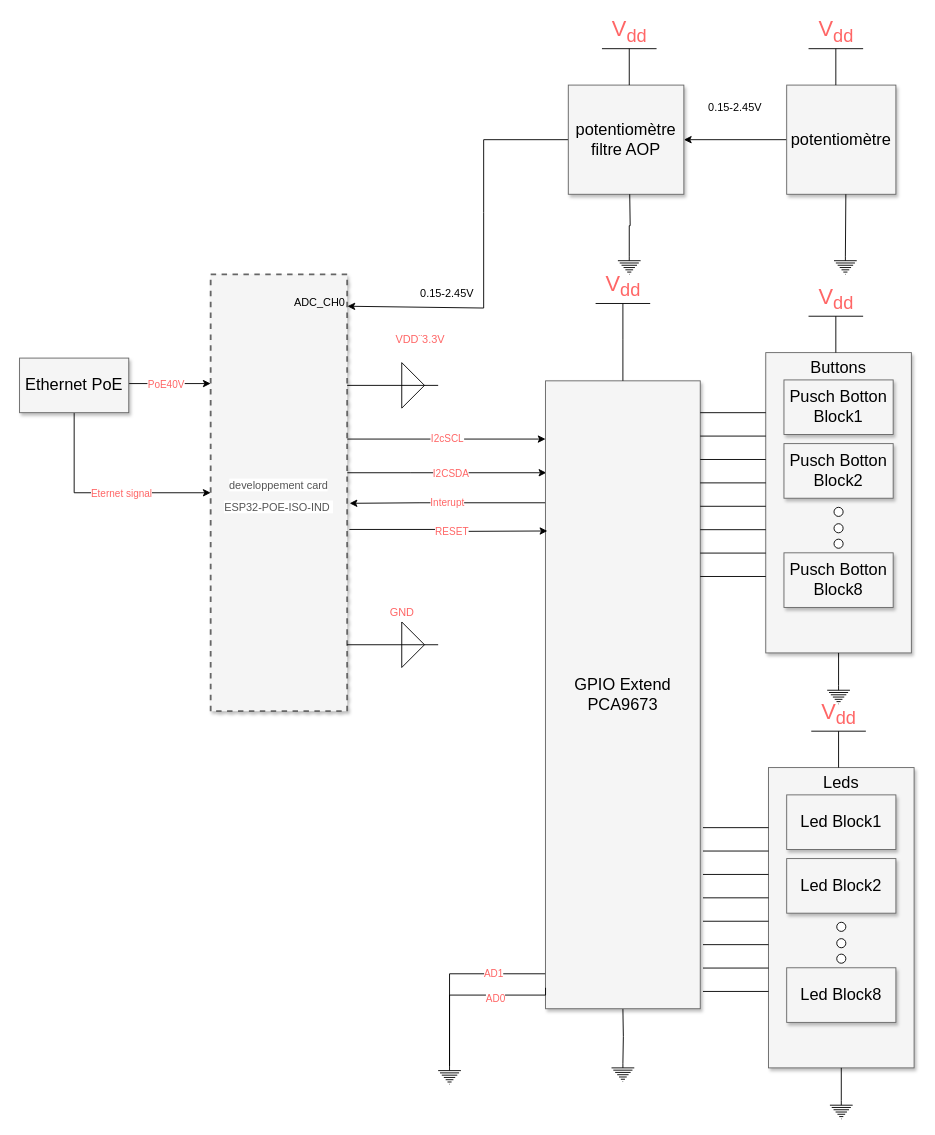
Above: Untitled Diagram.drawio in HELP-TEC/MQTT_Keypad (draw.io), before the change. Source tidied: cells renumbered, new cells numbered last; positions are measured from the earlier drawing's top-left corner, leaving out a move shared by most shapes. Both pictures are drawn from the tidied source at 91%, with x=0, y=0 at pixel (19, 48).
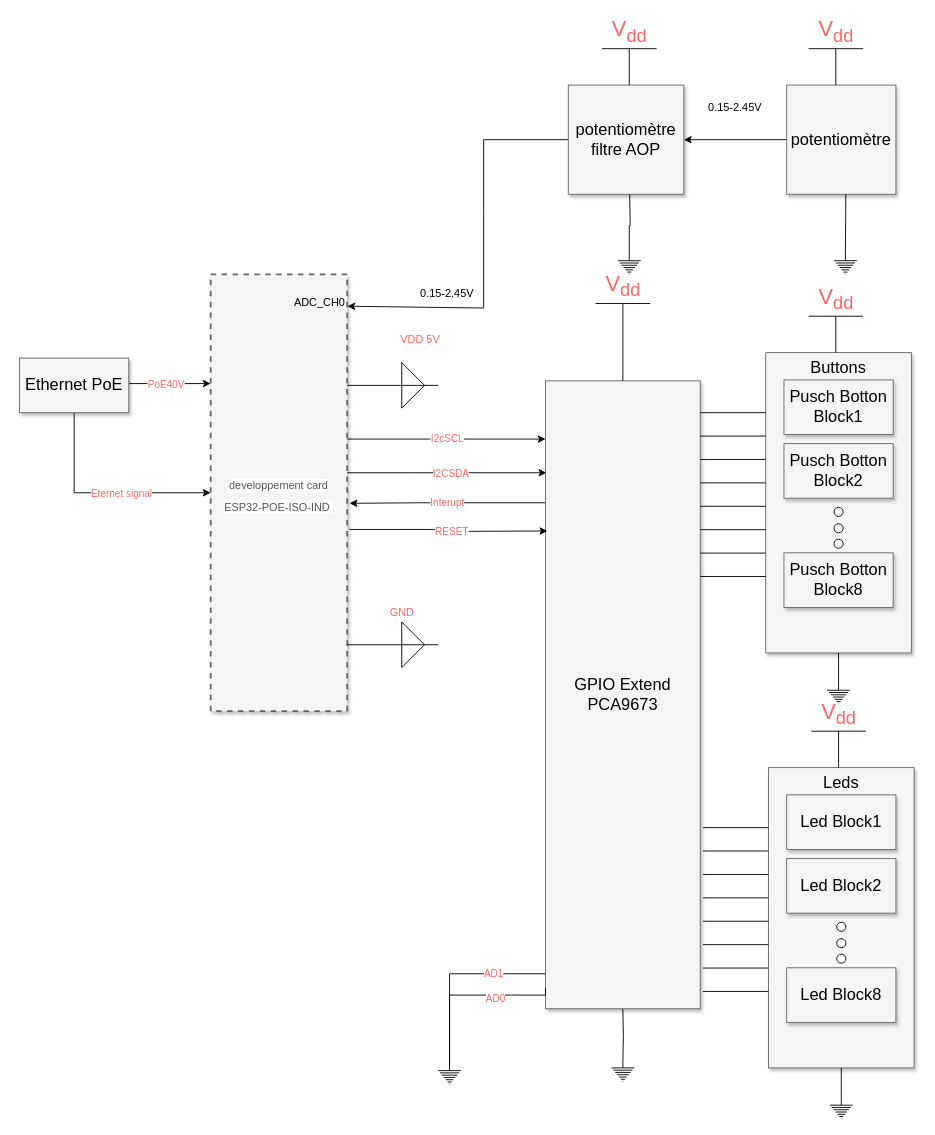
The same page after the edit.

The edit, as a diff of the source:
```diff
@@
-    <mxCell id="22" value="VDD¨3.3V" style="text;html=1;align=center;verticalAlign=middle;strokeColor=none;fillColor=none;fontFamily=Helvetica;fontColor=#FF6666;" parent="1" vertex="1">
-      <mxGeometry x="405" y="310" width="70" height="20" as="geometry" />
+    <mxCell id="22" value="VDD 5V" style="text;html=1;align=center;verticalAlign=middle;strokeColor=none;fillColor=none;fontFamily=Helvetica;fontColor=#FF6666;" parent="1" vertex="1">
+      <mxGeometry x="410" y="310" width="60" height="20" as="geometry" />
     </mxCell>
```
